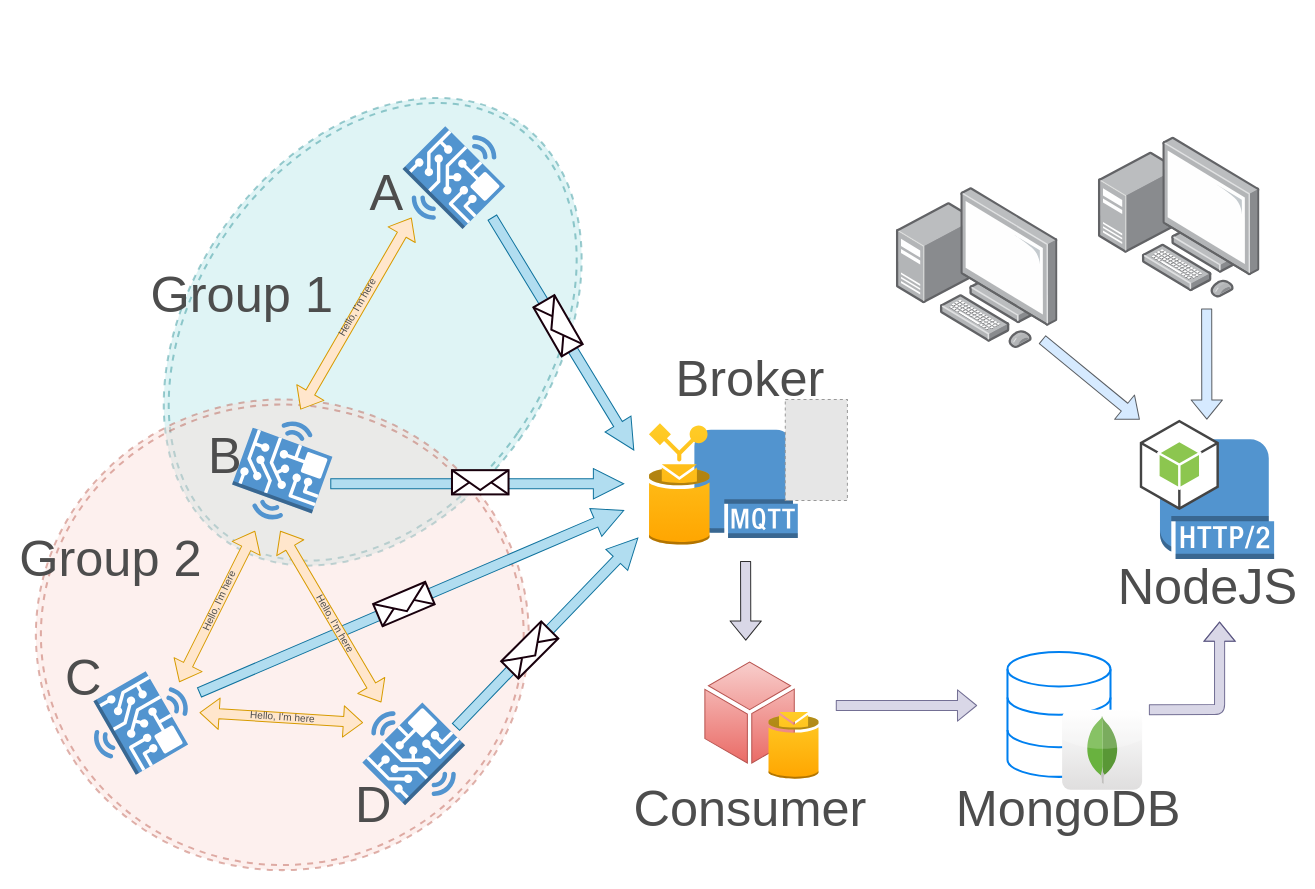
Above: coronaz.drawio in cipz/CoronaZ (draw.io), before the change. Source tidied: cells renumbered, new cells numbered last; positions are measured from the earlier drawing's top-left corner, leaving out a move shared by most shapes. Both pictures are drawn from the tidied source at 101%, with x=0, y=0 at pixel (17, 76). Pictures stored in the file or linked from it are replaced by grey dashed boxes.
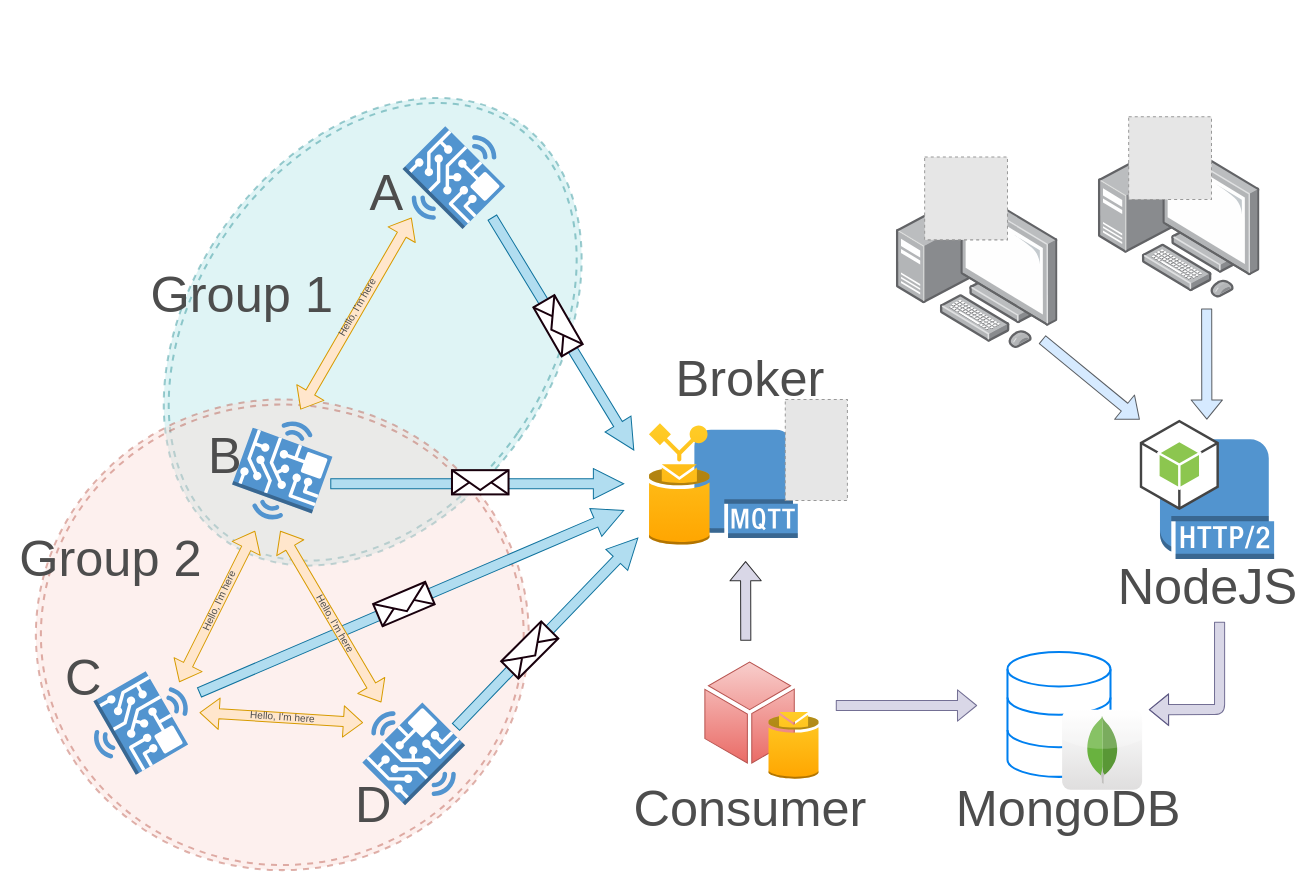
The same page after the edit.

Unchanged cells that the change refers to:
```xml
<mxCell id="13" style="group;" parent="1" vertex="1">
  <mxGeometry x="980" y="570" width="133.3" height="136.4" as="geometry" />
</mxCell>
```

The edit, as a diff of the source:
```diff
@@
-    <mxCell id="16" style="shape=flexArrow;endArrow=none;startArrow=classic;html=1;fillColor=#d0cee2;strokeColor=#56517e;opacity=80;endFill=0;" parent="13" edge="1">
+    <mxCell id="16" style="shape=flexArrow;endArrow=block;startArrow=none;html=1;fillColor=#d0cee2;strokeColor=#56517e;opacity=80;endFill=0;startFill=0;" parent="13" edge="1">
       <mxGeometry relative="1" as="geometry">
         <mxPoint x="210" y="-30" as="sourcePoint" />
         <mxPoint x="140" y="57.2" as="targetPoint" />
         <Array as="points">
           <mxPoint x="210" y="57" />
         </Array>
       </mxGeometry>
     </mxCell>
@@
-    <mxCell id="31" style="shape=flexArrow;endArrow=none;startArrow=block;html=1;fillColor=#d0cee2;opacity=80;startFill=0;endFill=0;" parent="1" edge="1">
+    <mxCell id="31" style="shape=flexArrow;endArrow=block;startArrow=none;html=1;fillColor=#d0cee2;opacity=80;startFill=0;endFill=0;" parent="1" edge="1">
       <mxGeometry relative="1" as="geometry">
         <mxPoint x="720.9" y="558.8" as="sourcePoint" />
         <mxPoint x="720.7" y="480" as="targetPoint" />
       </mxGeometry>
     </mxCell>
@@
+    <mxCell id="53" style="fillColor=#E6E6E6;strokeColor=#999999;dashed=1;html=1;verticalAlign=top;verticalLabelPosition=bottom;labelBackgroundColor=#ffffff;" parent="1" vertex="1">
+      <mxGeometry x="898" y="80" width="82" height="82" as="geometry" />
+    </mxCell>
+    <mxCell id="54" style="fillColor=#E6E6E6;strokeColor=#999999;dashed=1;html=1;verticalAlign=top;verticalLabelPosition=bottom;labelBackgroundColor=#ffffff;" parent="1" vertex="1">
+      <mxGeometry x="1100" y="40" width="82" height="82" as="geometry" />
+    </mxCell>
```
